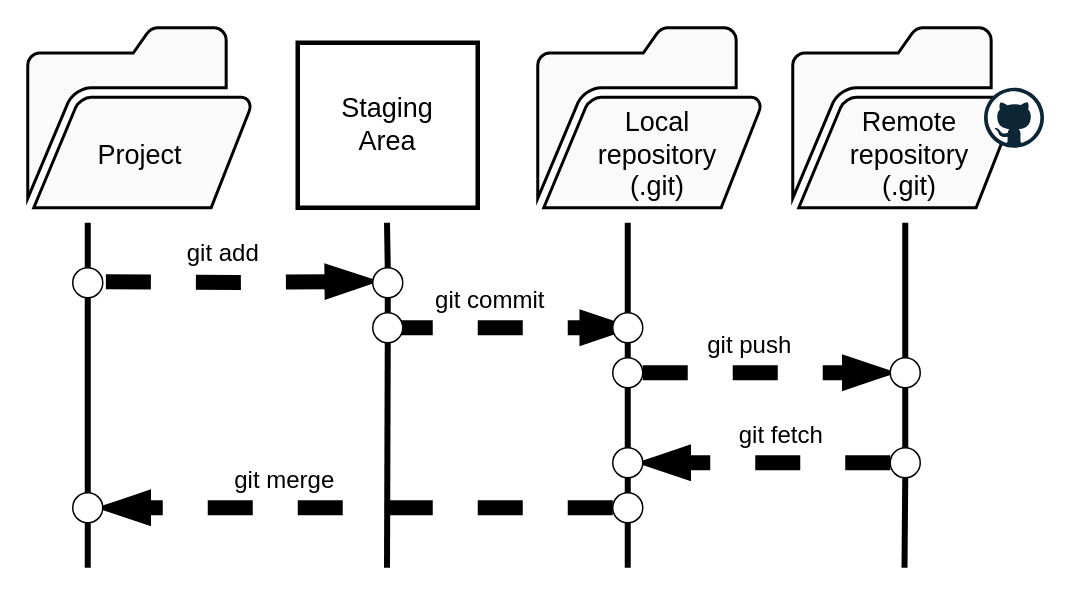
This is presentations/images/git_flow.drawio from k-CIR/course-open-science-in-practice, a draw.io file, before an edit. Source tidied: cells renumbered, new cells numbered last; positions are measured from the earlier drawing's top-left corner, leaving out a move shared by most shapes. Both pictures are drawn from the tidied source at 150%, with x=0, y=0 at pixel (27, 27).
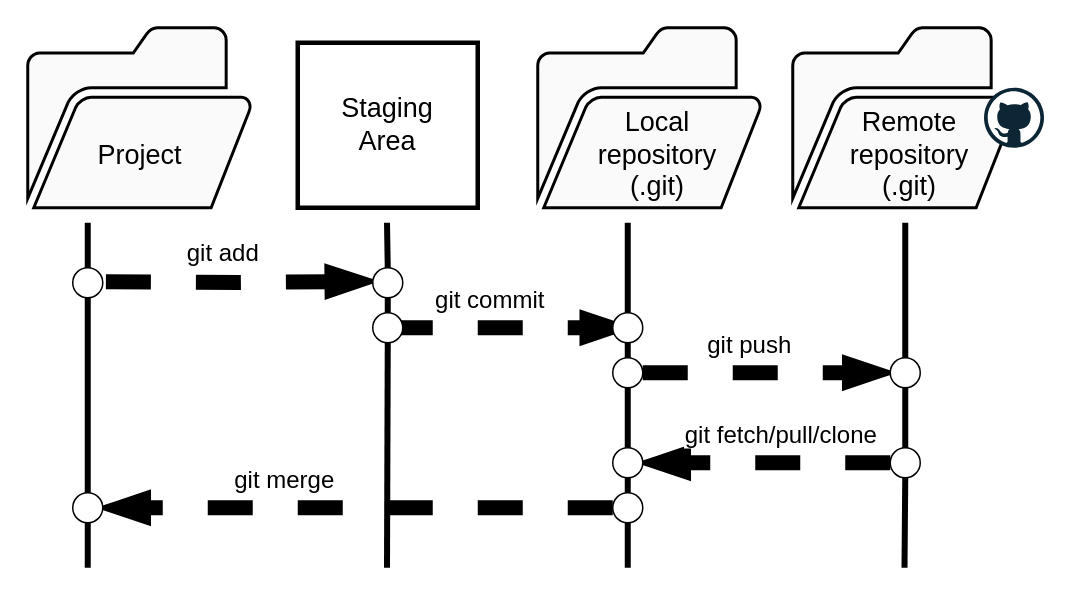
The same page after the edit.

The change refers to these unchanged cells:
```xml
<mxCell id="32" style="edgeStyle=orthogonalEdgeStyle;rounded=0;jettySize=auto;html=1;fixDash=0;flowAnimation=1;startSize=6;endSize=6;strokeWidth=10;shadow=0;sourcePerimeterSpacing=0;targetPerimeterSpacing=0;dashed=1;endArrow=blockThin;endFill=1;entryX=1;entryY=0.5;entryDx=0;entryDy=0;exitX=0;exitY=0.5;exitDx=0;exitDy=0;" parent="1" edge="1" source="42" target="34">
  <mxGeometry relative="1" as="geometry" />
</mxCell>
```

The edit, as a diff of the source:
```diff
@@
-    <mxCell id="33" value="git fetch" style="edgeLabel;html=1;align=center;verticalAlign=middle;fontSize=16;" parent="32" vertex="1">
+    <mxCell id="33" value="git fetch/pull/clone" style="edgeLabel;html=1;align=center;verticalAlign=middle;fontSize=16;" parent="32" vertex="1">
       <mxGeometry x="0.18" y="3" relative="1" as="geometry">
         <mxPoint x="23" y="-23" as="offset" />
       </mxGeometry>
     </mxCell>
```
